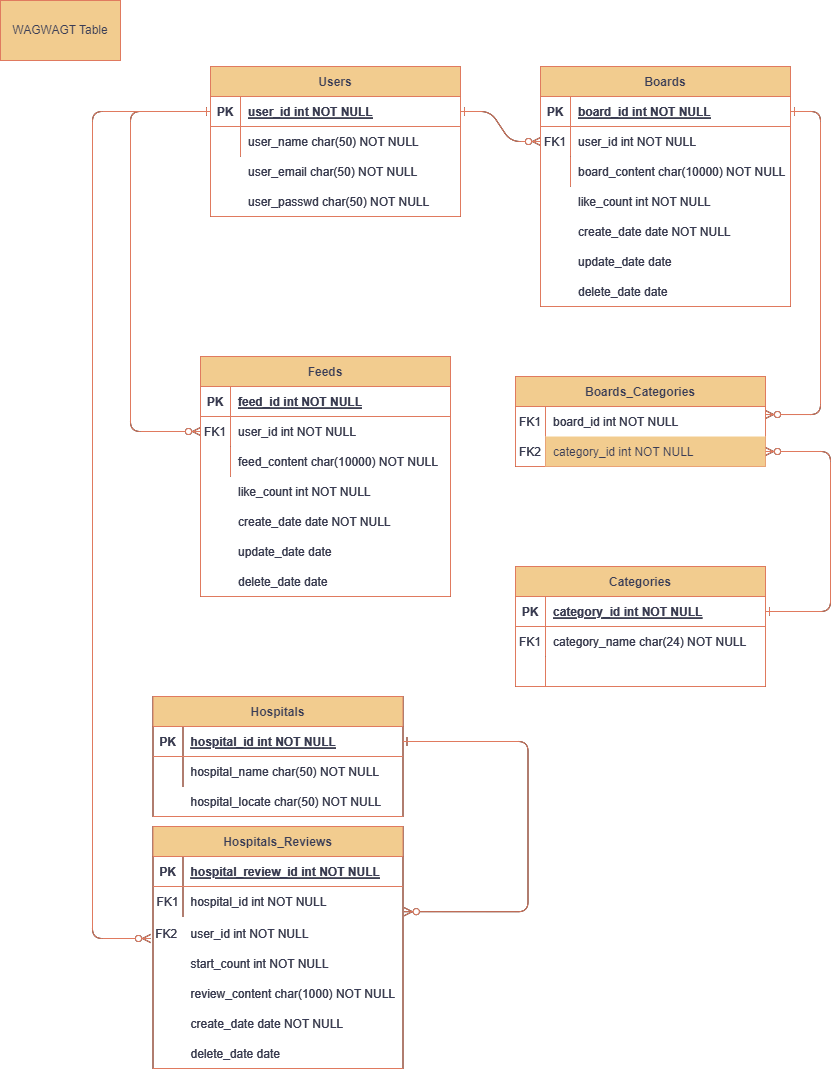
The draw.io diagram wagwagt_table.drawio.png in jihoonLeee/borikkori_api, before a commit. Source tidied: cells renumbered, new cells last; positions are measured from the earlier drawing's top-left corner, leaving out a move shared by most shapes.
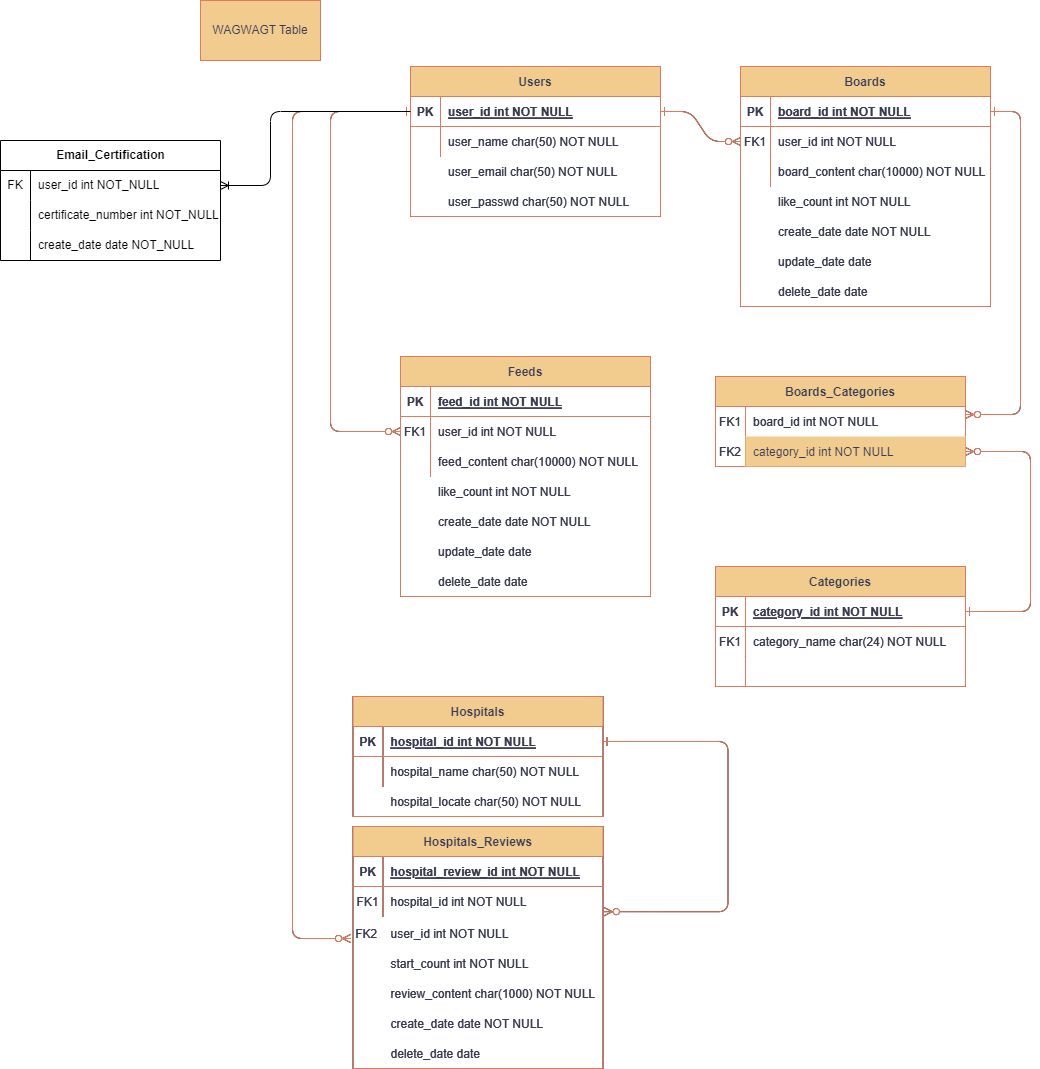
The same file after the commit.

What changed in the source:
```diff
@@ -594,5 +594,43 @@
     <mxCell id="181" value="WAGWAGT Table" style="rounded=0;whiteSpace=wrap;html=1;labelBackgroundColor=none;fillColor=#F2CC8F;strokeColor=#E07A5F;fontColor=#393C56;" parent="1" vertex="1">
       <mxGeometry width="120" height="60" as="geometry" />
     </mxCell>
+    <mxCell id="182" value="Email_Certification" style="shape=table;startSize=30;rowLines=0;fontStyle=1;align=center;html=1;" parent="1" vertex="1">
+      <mxGeometry x="-200" y="140" width="220" height="120" as="geometry" />
+    </mxCell>
+    <mxCell id="183" style="shape=tableRow;horizontal=0;startSize=0;swimlaneHead=0;swimlaneBody=0;fillColor=none;points=[[0,0.5],[1,0.5]];portConstraint=eastwest;top=0;left=0;right=0;bottom=0;" parent="182" vertex="1">
+      <mxGeometry y="30" width="220" height="30" as="geometry" />
+    </mxCell>
+    <mxCell id="184" value="FK" style="shape=partialRectangle;fillColor=none;top=0;left=0;bottom=0;right=0;overflow=hidden;whiteSpace=wrap;html=1;" parent="183" vertex="1">
+      <mxGeometry width="30" height="30" as="geometry" />
+    </mxCell>
+    <mxCell id="185" value="user_id int NOT_NULL" style="shape=partialRectangle;fillColor=none;top=0;left=0;bottom=0;right=0;align=left;spacingLeft=6;overflow=hidden;whiteSpace=wrap;html=1;" parent="183" vertex="1">
+      <mxGeometry x="30" width="190" height="30" as="geometry" />
+    </mxCell>
+    <mxCell id="186" style="shape=tableRow;horizontal=0;startSize=0;swimlaneHead=0;swimlaneBody=0;fillColor=none;top=0;left=0;right=0;bottom=0;" parent="182" vertex="1">
+      <mxGeometry y="60" width="220" height="30" as="geometry" />
+    </mxCell>
+    <mxCell id="187" style="shape=partialRectangle;fillColor=none;top=0;left=0;bottom=0;right=0;overflow=hidden;whiteSpace=wrap;html=1;" parent="186" vertex="1">
+      <mxGeometry width="30" height="30" as="geometry" />
+    </mxCell>
+    <mxCell id="188" value="certificate_number int NOT_NULL" style="shape=partialRectangle;fillColor=none;top=0;left=0;bottom=0;right=0;align=left;spacingLeft=6;overflow=hidden;whiteSpace=wrap;html=1;" parent="186" vertex="1">
+      <mxGeometry x="30" width="190" height="30" as="geometry" />
+    </mxCell>
+    <mxCell id="189" style="shape=tableRow;horizontal=0;startSize=0;swimlaneHead=0;swimlaneBody=0;fillColor=none;top=0;left=0;right=0;bottom=0;" parent="182" vertex="1">
+      <mxGeometry y="90" width="220" height="30" as="geometry" />
+    </mxCell>
+    <mxCell id="190" style="shape=partialRectangle;fillColor=none;top=0;left=0;bottom=0;right=0;overflow=hidden;whiteSpace=wrap;html=1;" parent="189" vertex="1">
+      <mxGeometry width="30" height="30" as="geometry" />
+    </mxCell>
+    <mxCell id="191" value="create_date date NOT_NULL" style="shape=partialRectangle;fillColor=none;top=0;left=0;bottom=0;right=0;align=left;spacingLeft=6;overflow=hidden;whiteSpace=wrap;html=1;" parent="189" vertex="1">
+      <mxGeometry x="30" width="190" height="30" as="geometry" />
+    </mxCell>
+    <mxCell id="192" style="edgeStyle=orthogonalEdgeStyle;fontSize=12;html=1;endArrow=ERoneToMany;entryX=1;entryY=0.5;entryDx=0;entryDy=0;exitX=0;exitY=0.5;exitDx=0;exitDy=0;rounded=1;" parent="1" edge="1" source="105" target="183">
+      <mxGeometry relative="1" as="geometry">
+        <Array as="points">
+          <mxPoint x="70" y="111" />
+          <mxPoint x="70" y="185" />
+        </Array>
+      </mxGeometry>
+    </mxCell>
   </root>
 </mxGraphModel>
```
